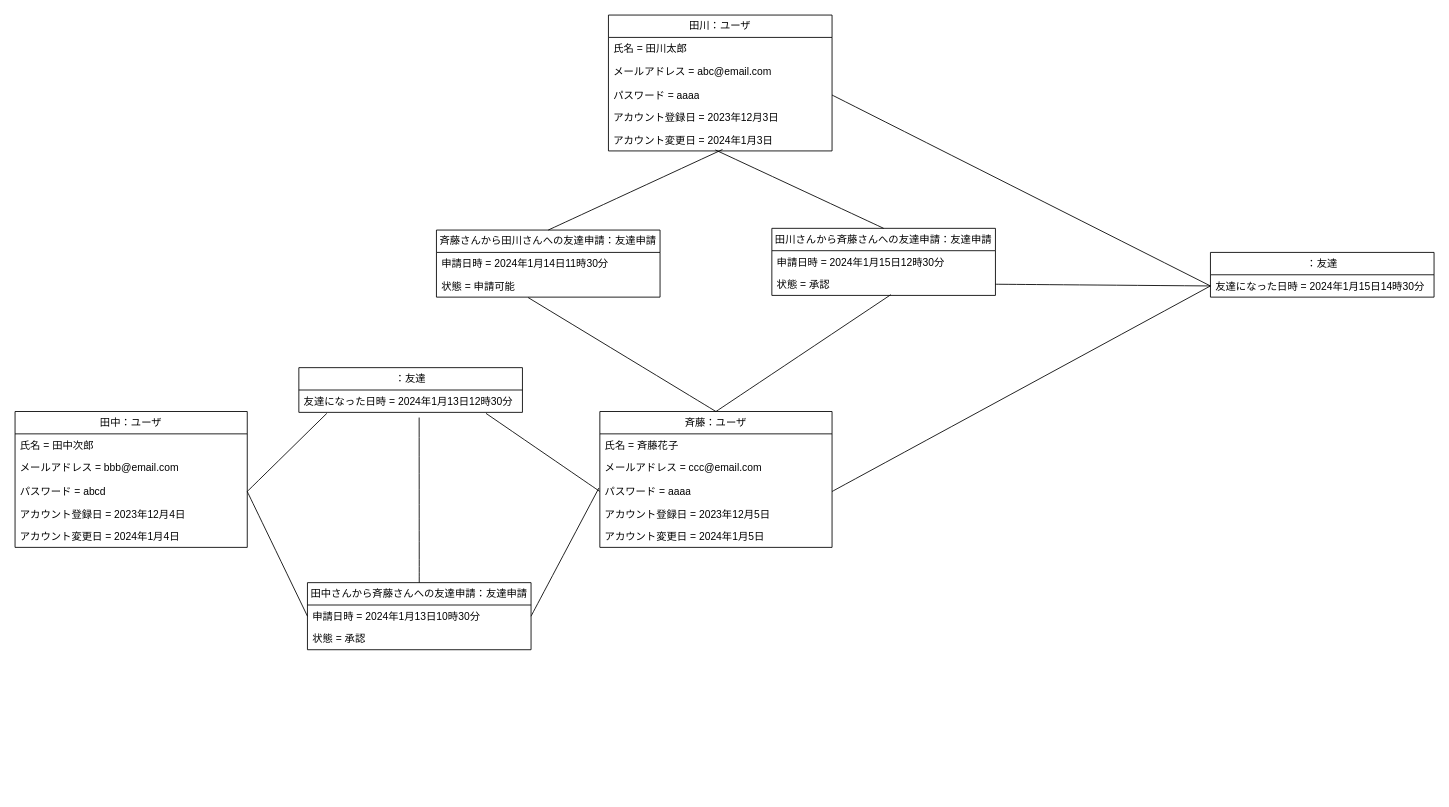
Above: 概念モデル/08_友達申請の承認をする/友達申請の承認をする.drawio in tawainfer/scorpio (draw.io), before the change. Source tidied: cells renumbered, new cells numbered last; positions are measured from the earlier drawing's top-left corner, leaving out a move shared by most shapes. Both pictures are drawn from the tidied source at 86%, with x=0, y=0 at pixel (15, 15).
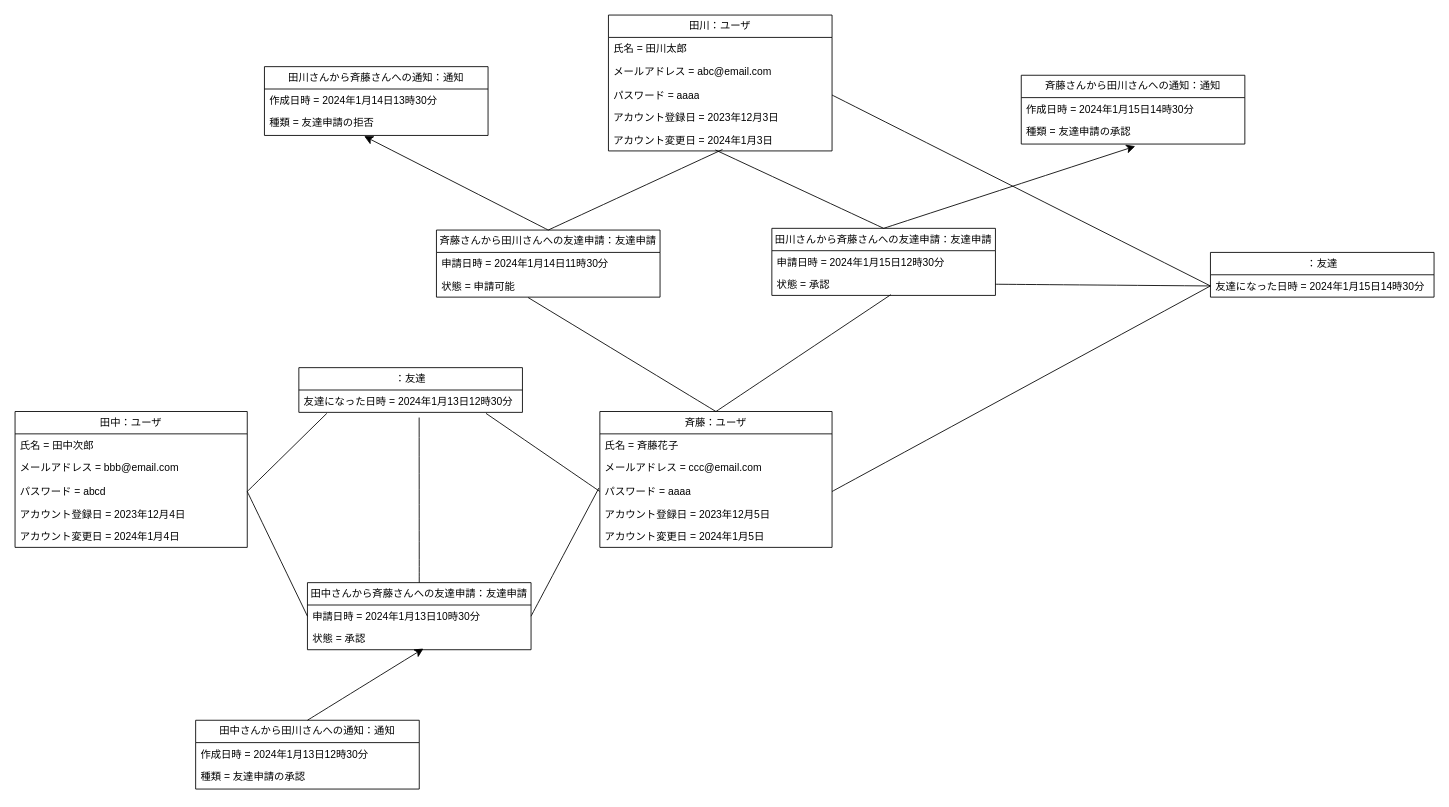
The same page after the edit.

The change refers to these unchanged cells:
```xml
<mxCell id="5" value="状態 = 承認" style="text;strokeColor=none;fillColor=none;align=left;verticalAlign=top;spacingLeft=4;spacingRight=4;overflow=hidden;points=[[0,0.5],[1,0.5]];portConstraint=eastwest;whiteSpace=wrap;html=1;" parent="3" vertex="1">
  <mxGeometry y="52" width="260" height="26" as="geometry" />
</mxCell>
<mxCell id="26" value="田川さんから斉藤さんへの友達申請：友達申請" style="swimlane;fontStyle=0;horizontal=1;startSize=26;fillColor=none;whiteSpace=wrap;html=1;" parent="1" vertex="1">
  <mxGeometry x="880" y="248" width="260" height="78" as="geometry" />
</mxCell>
<mxCell id="29" value="斉藤さんから田川さんへの友達申請：友達申請" style="swimlane;fontStyle=0;horizontal=1;startSize=26;fillColor=none;whiteSpace=wrap;html=1;" parent="1" vertex="1">
  <mxGeometry x="490" y="250" width="260" height="78" as="geometry" />
</mxCell>
```

The edit, as a diff of the source:
```diff
@@
+    <mxCell id="45" value="田中さんから田川さんへの通知：通知" style="swimlane;fontStyle=0;horizontal=1;startSize=26;fillColor=none;whiteSpace=wrap;html=1;" parent="1" vertex="1">
+      <mxGeometry x="210" y="820" width="260" height="80" as="geometry" />
+    </mxCell>
+    <mxCell id="46" value="作成日時 =&amp;nbsp;2024年1月13日12時30分" style="text;strokeColor=none;fillColor=none;align=left;verticalAlign=top;spacingLeft=4;spacingRight=4;overflow=hidden;whiteSpace=wrap;html=1;" parent="45" vertex="1">
+      <mxGeometry y="26" width="260" height="26" as="geometry" />
+    </mxCell>
+    <mxCell id="47" value="種類 = 友達申請の承認" style="text;strokeColor=none;fillColor=none;align=left;verticalAlign=top;spacingLeft=4;spacingRight=4;overflow=hidden;whiteSpace=wrap;html=1;" parent="45" vertex="1">
+      <mxGeometry y="52" width="260" height="28" as="geometry" />
+    </mxCell>
+    <mxCell id="48" style="edgeStyle=none;curved=1;rounded=0;jettySize=auto;html=1;exitX=0.5;exitY=0;exitDx=0;exitDy=0;entryX=0.519;entryY=0.949;entryDx=0;entryDy=0;entryPerimeter=0;fontSize=12;startSize=8;endSize=8;" parent="1" edge="1" source="45" target="5">
+      <mxGeometry relative="1" as="geometry" />
+    </mxCell>
+    <mxCell id="49" value="田川さんから斉藤さんへの通知：通知" style="swimlane;fontStyle=0;horizontal=1;startSize=26;fillColor=none;whiteSpace=wrap;html=1;" parent="1" vertex="1">
+      <mxGeometry x="290" y="60" width="260" height="80" as="geometry" />
+    </mxCell>
+    <mxCell id="50" value="作成日時 =&amp;nbsp;2024年1月14日13時30分" style="text;strokeColor=none;fillColor=none;align=left;verticalAlign=top;spacingLeft=4;spacingRight=4;overflow=hidden;whiteSpace=wrap;html=1;" parent="49" vertex="1">
+      <mxGeometry y="26" width="260" height="26" as="geometry" />
+    </mxCell>
+    <mxCell id="51" value="種類 = 友達申請の拒否" style="text;strokeColor=none;fillColor=none;align=left;verticalAlign=top;spacingLeft=4;spacingRight=4;overflow=hidden;points=[[0,0.5],[1,0.5]];portConstraint=eastwest;whiteSpace=wrap;html=1;" parent="49" vertex="1">
+      <mxGeometry y="52" width="260" height="28" as="geometry" />
+    </mxCell>
+    <mxCell id="52" style="edgeStyle=none;curved=1;rounded=0;jettySize=auto;html=1;exitX=0.5;exitY=0;exitDx=0;exitDy=0;entryX=0.446;entryY=1.03;entryDx=0;entryDy=0;entryPerimeter=0;fontSize=12;startSize=8;endSize=8;" parent="1" edge="1" source="29" target="51">
+      <mxGeometry relative="1" as="geometry" />
+    </mxCell>
+    <mxCell id="53" value="斉藤さんから田川さんへの通知：通知" style="swimlane;fontStyle=0;horizontal=1;startSize=26;fillColor=none;whiteSpace=wrap;html=1;" parent="1" vertex="1">
+      <mxGeometry x="1170" y="70" width="260" height="80" as="geometry" />
+    </mxCell>
+    <mxCell id="54" value="作成日時 =&amp;nbsp;2024年1月15日14時30分" style="text;strokeColor=none;fillColor=none;align=left;verticalAlign=top;spacingLeft=4;spacingRight=4;overflow=hidden;whiteSpace=wrap;html=1;" parent="53" vertex="1">
+      <mxGeometry y="26" width="260" height="26" as="geometry" />
+    </mxCell>
+    <mxCell id="55" value="種類 = 友達申請の承認" style="text;strokeColor=none;fillColor=none;align=left;verticalAlign=top;spacingLeft=4;spacingRight=4;overflow=hidden;points=[[0,0.5],[1,0.5]];portConstraint=eastwest;whiteSpace=wrap;html=1;" parent="53" vertex="1">
+      <mxGeometry y="52" width="260" height="28" as="geometry" />
+    </mxCell>
+    <mxCell id="56" style="edgeStyle=none;curved=1;rounded=0;jettySize=auto;html=1;exitX=0.5;exitY=0;exitDx=0;exitDy=0;entryX=0.51;entryY=1.089;entryDx=0;entryDy=0;entryPerimeter=0;fontSize=12;startSize=8;endSize=8;" parent="1" edge="1" source="26" target="55">
+      <mxGeometry relative="1" as="geometry" />
+    </mxCell>
```
